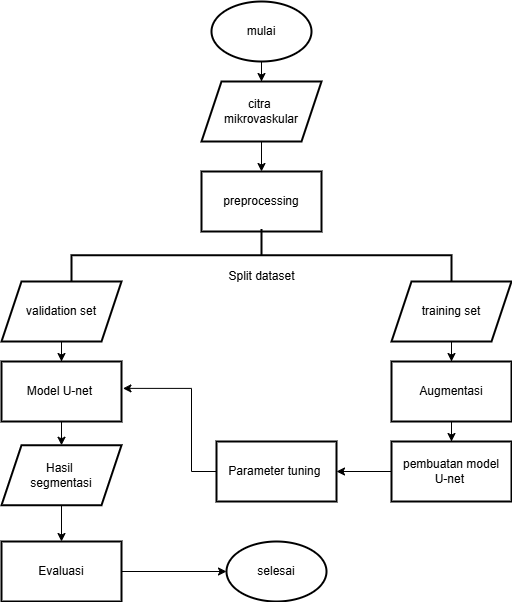
This is gambar/flow-chart.png from junpito/tugas-akhir, a draw.io export, as it was before one commit. Source tidied: cells renumbered, new cells last; positions are measured from the earlier drawing's top-left corner, leaving out a move shared by most shapes. The source it was exported from:
```xml
<mxGraphModel>
  <root>
    <mxCell id="0" />
    <mxCell id="1" parent="0" />
    <mxCell id="2" style="edgeStyle=orthogonalEdgeStyle;rounded=0;jettySize=auto;html=1;" parent="1" edge="1" source="3" target="5">
      <mxGeometry relative="1" as="geometry" />
    </mxCell>
    <mxCell id="3" value="mulai" style="strokeWidth=2;html=1;shape=mxgraph.flowchart.start_1;whiteSpace=wrap;" parent="1" vertex="1">
      <mxGeometry x="210" width="100" height="60" as="geometry" />
    </mxCell>
    <mxCell id="4" style="edgeStyle=orthogonalEdgeStyle;rounded=0;jettySize=auto;html=1;" parent="1" edge="1" source="5" target="6">
      <mxGeometry relative="1" as="geometry" />
    </mxCell>
    <mxCell id="5" value="citra&amp;nbsp;&lt;div&gt;mikrovaskular&lt;/div&gt;" style="shape=parallelogram;perimeter=parallelogramPerimeter;whiteSpace=wrap;html=1;fixedSize=1;strokeWidth=2;" parent="1" vertex="1">
      <mxGeometry x="200" y="80" width="120" height="60" as="geometry" />
    </mxCell>
    <mxCell id="6" value="preprocessing" style="whiteSpace=wrap;html=1;strokeWidth=2;" parent="1" vertex="1">
      <mxGeometry x="200" y="170" width="120" height="60" as="geometry" />
    </mxCell>
    <mxCell id="7" style="edgeStyle=orthogonalEdgeStyle;rounded=0;jettySize=auto;html=1;" parent="1" edge="1" source="8" target="13">
      <mxGeometry relative="1" as="geometry" />
    </mxCell>
    <mxCell id="8" value="training set" style="shape=parallelogram;perimeter=parallelogramPerimeter;whiteSpace=wrap;html=1;fixedSize=1;align=center;strokeWidth=2;" parent="1" vertex="1">
      <mxGeometry x="390" y="280" width="120" height="60" as="geometry" />
    </mxCell>
    <mxCell id="9" style="strokeWidth=2;html=1;shape=mxgraph.flowchart.annotation_2;align=left;labelPosition=right;rotation=90;" parent="1" vertex="1">
      <mxGeometry x="233.8" y="63.8" width="52.5" height="380" as="geometry" />
    </mxCell>
    <mxCell id="10" style="edgeStyle=orthogonalEdgeStyle;rounded=0;jettySize=auto;html=1;" parent="1" edge="1" source="11" target="17">
      <mxGeometry relative="1" as="geometry" />
    </mxCell>
    <mxCell id="11" value="validation set" style="shape=parallelogram;perimeter=parallelogramPerimeter;whiteSpace=wrap;html=1;fixedSize=1;align=center;strokeWidth=2;" parent="1" vertex="1">
      <mxGeometry y="280" width="120" height="60" as="geometry" />
    </mxCell>
    <mxCell id="12" style="edgeStyle=orthogonalEdgeStyle;rounded=0;jettySize=auto;html=1;" parent="1" edge="1" source="13" target="15">
      <mxGeometry relative="1" as="geometry" />
    </mxCell>
    <mxCell id="13" value="Augmentasi" style="whiteSpace=wrap;html=1;strokeWidth=2;" parent="1" vertex="1">
      <mxGeometry x="390" y="360" width="120" height="60" as="geometry" />
    </mxCell>
    <mxCell id="14" style="edgeStyle=orthogonalEdgeStyle;rounded=0;jettySize=auto;html=1;" parent="1" edge="1" source="15" target="18">
      <mxGeometry relative="1" as="geometry" />
    </mxCell>
    <mxCell id="15" value="pembuatan model&lt;div&gt;U-net&amp;nbsp;&lt;/div&gt;" style="whiteSpace=wrap;html=1;strokeWidth=2;" parent="1" vertex="1">
      <mxGeometry x="390" y="440" width="120" height="60" as="geometry" />
    </mxCell>
    <mxCell id="16" style="edgeStyle=orthogonalEdgeStyle;rounded=0;jettySize=auto;html=1;" parent="1" edge="1" source="17" target="20">
      <mxGeometry relative="1" as="geometry" />
    </mxCell>
    <mxCell id="17" value="Model U-net&amp;nbsp;" style="whiteSpace=wrap;html=1;strokeWidth=2;" parent="1" vertex="1">
      <mxGeometry y="360" width="120" height="60" as="geometry" />
    </mxCell>
    <mxCell id="18" value="Parameter tuning&amp;nbsp;" style="whiteSpace=wrap;html=1;strokeWidth=2;" parent="1" vertex="1">
      <mxGeometry x="215" y="440" width="120" height="60" as="geometry" />
    </mxCell>
    <mxCell id="19" style="edgeStyle=orthogonalEdgeStyle;rounded=0;jettySize=auto;html=1;" parent="1" edge="1" source="20" target="21">
      <mxGeometry relative="1" as="geometry" />
    </mxCell>
    <mxCell id="20" value="Hasil&amp;nbsp;&lt;div&gt;segmentasi&lt;/div&gt;" style="shape=parallelogram;perimeter=parallelogramPerimeter;whiteSpace=wrap;html=1;fixedSize=1;strokeWidth=2;" parent="1" vertex="1">
      <mxGeometry y="443.8" width="120" height="60" as="geometry" />
    </mxCell>
    <mxCell id="21" value="Evaluasi" style="whiteSpace=wrap;html=1;strokeWidth=2;" parent="1" vertex="1">
      <mxGeometry y="540" width="120" height="60" as="geometry" />
    </mxCell>
    <mxCell id="22" style="edgeStyle=orthogonalEdgeStyle;rounded=0;jettySize=auto;html=1;" parent="1" edge="1" source="21" target="23">
      <mxGeometry relative="1" as="geometry" />
    </mxCell>
    <mxCell id="23" value="selesai" style="strokeWidth=2;html=1;shape=mxgraph.flowchart.start_1;whiteSpace=wrap;" parent="1" vertex="1">
      <mxGeometry x="225" y="540" width="100" height="60" as="geometry" />
    </mxCell>
    <mxCell id="24" value="Split dataset" style="text;html=1;align=center;verticalAlign=middle;strokeColor=none;fillColor=none;" parent="1" vertex="1">
      <mxGeometry x="215" y="260" width="90" height="30" as="geometry" />
    </mxCell>
    <mxCell id="25" style="edgeStyle=orthogonalEdgeStyle;rounded=0;jettySize=auto;html=1;entryX=1.012;entryY=0.448;entryDx=0;entryDy=0;entryPerimeter=0;" parent="1" edge="1" source="18" target="17">
      <mxGeometry relative="1" as="geometry">
        <Array as="points">
          <mxPoint x="190" y="470" />
          <mxPoint x="190" y="387" />
        </Array>
      </mxGeometry>
    </mxCell>
  </root>
</mxGraphModel>
```
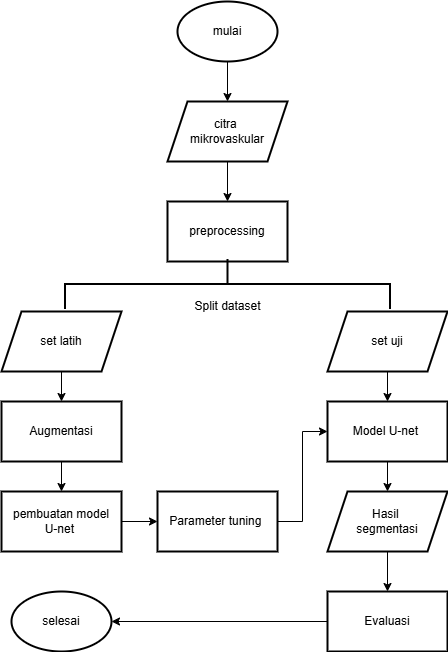
After the commit.

What changed in the source:
```diff
@@ -6,78 +6,73 @@
       <mxGeometry relative="1" as="geometry" />
     </mxCell>
     <mxCell id="3" value="mulai" style="strokeWidth=2;html=1;shape=mxgraph.flowchart.start_1;whiteSpace=wrap;" parent="1" vertex="1">
-      <mxGeometry x="210" width="100" height="60" as="geometry" />
+      <mxGeometry x="80" y="-110" width="100" height="60" as="geometry" />
     </mxCell>
     <mxCell id="4" style="edgeStyle=orthogonalEdgeStyle;rounded=0;jettySize=auto;html=1;" parent="1" edge="1" source="5" target="6">
       <mxGeometry relative="1" as="geometry" />
     </mxCell>
     <mxCell id="5" value="citra&amp;nbsp;&lt;div&gt;mikrovaskular&lt;/div&gt;" style="shape=parallelogram;perimeter=parallelogramPerimeter;whiteSpace=wrap;html=1;fixedSize=1;strokeWidth=2;" parent="1" vertex="1">
-      <mxGeometry x="200" y="80" width="120" height="60" as="geometry" />
+      <mxGeometry x="70" y="-10" width="120" height="60" as="geometry" />
     </mxCell>
     <mxCell id="6" value="preprocessing" style="whiteSpace=wrap;html=1;strokeWidth=2;" parent="1" vertex="1">
-      <mxGeometry x="200" y="170" width="120" height="60" as="geometry" />
+      <mxGeometry x="70" y="90" width="120" height="60" as="geometry" />
     </mxCell>
     <mxCell id="7" style="edgeStyle=orthogonalEdgeStyle;rounded=0;jettySize=auto;html=1;" parent="1" edge="1" source="8" target="13">
       <mxGeometry relative="1" as="geometry" />
     </mxCell>
-    <mxCell id="8" value="training set" style="shape=parallelogram;perimeter=parallelogramPerimeter;whiteSpace=wrap;html=1;fixedSize=1;align=center;strokeWidth=2;" parent="1" vertex="1">
-      <mxGeometry x="390" y="280" width="120" height="60" as="geometry" />
+    <mxCell id="8" value="set latih" style="shape=parallelogram;perimeter=parallelogramPerimeter;whiteSpace=wrap;html=1;fixedSize=1;align=center;strokeWidth=2;" parent="1" vertex="1">
+      <mxGeometry x="-96" y="200" width="120" height="60" as="geometry" />
     </mxCell>
     <mxCell id="9" style="strokeWidth=2;html=1;shape=mxgraph.flowchart.annotation_2;align=left;labelPosition=right;rotation=90;" parent="1" vertex="1">
-      <mxGeometry x="233.8" y="63.8" width="52.5" height="380" as="geometry" />
+      <mxGeometry x="105" y="10" width="50" height="325" as="geometry" />
     </mxCell>
     <mxCell id="10" style="edgeStyle=orthogonalEdgeStyle;rounded=0;jettySize=auto;html=1;" parent="1" edge="1" source="11" target="17">
       <mxGeometry relative="1" as="geometry" />
     </mxCell>
-    <mxCell id="11" value="validation set" style="shape=parallelogram;perimeter=parallelogramPerimeter;whiteSpace=wrap;html=1;fixedSize=1;align=center;strokeWidth=2;" parent="1" vertex="1">
-      <mxGeometry y="280" width="120" height="60" as="geometry" />
+    <mxCell id="11" value="set uji" style="shape=parallelogram;perimeter=parallelogramPerimeter;whiteSpace=wrap;html=1;fixedSize=1;align=center;strokeWidth=2;" parent="1" vertex="1">
+      <mxGeometry x="230" y="200" width="120" height="60" as="geometry" />
     </mxCell>
-    <mxCell id="12" style="edgeStyle=orthogonalEdgeStyle;rounded=0;jettySize=auto;html=1;" parent="1" edge="1" source="13" target="15">
-      <mxGeometry relative="1" as="geometry" />
-    </mxCell>
     <mxCell id="13" value="Augmentasi" style="whiteSpace=wrap;html=1;strokeWidth=2;" parent="1" vertex="1">
-      <mxGeometry x="390" y="360" width="120" height="60" as="geometry" />
+      <mxGeometry x="-96" y="290" width="120" height="60" as="geometry" />
     </mxCell>
     <mxCell id="14" style="edgeStyle=orthogonalEdgeStyle;rounded=0;jettySize=auto;html=1;" parent="1" edge="1" source="15" target="18">
       <mxGeometry relative="1" as="geometry" />
     </mxCell>
     <mxCell id="15" value="pembuatan model&lt;div&gt;U-net&amp;nbsp;&lt;/div&gt;" style="whiteSpace=wrap;html=1;strokeWidth=2;" parent="1" vertex="1">
-      <mxGeometry x="390" y="440" width="120" height="60" as="geometry" />
+      <mxGeometry x="-96" y="380" width="120" height="60" as="geometry" />
     </mxCell>
     <mxCell id="16" style="edgeStyle=orthogonalEdgeStyle;rounded=0;jettySize=auto;html=1;" parent="1" edge="1" source="17" target="20">
       <mxGeometry relative="1" as="geometry" />
     </mxCell>
-    <mxCell id="17" value="Model U-net&amp;nbsp;" style="whiteSpace=wrap;html=1;strokeWidth=2;" parent="1" vertex="1">
-      <mxGeometry y="360" width="120" height="60" as="geometry" />
-    </mxCell>
+    <mxCell id="25" style="edgeStyle=orthogonalEdgeStyle;rounded=0;jettySize=auto;html=1;entryX=0;entryY=0.5;entryDx=0;entryDy=0;" parent="1" edge="1" source="18" target="17">
+      <mxGeometry relative="1" as="geometry" />
+    </mxCell>
     <mxCell id="18" value="Parameter tuning&amp;nbsp;" style="whiteSpace=wrap;html=1;strokeWidth=2;" parent="1" vertex="1">
-      <mxGeometry x="215" y="440" width="120" height="60" as="geometry" />
+      <mxGeometry x="60" y="380" width="120" height="60" as="geometry" />
     </mxCell>
     <mxCell id="19" style="edgeStyle=orthogonalEdgeStyle;rounded=0;jettySize=auto;html=1;" parent="1" edge="1" source="20" target="21">
       <mxGeometry relative="1" as="geometry" />
     </mxCell>
     <mxCell id="20" value="Hasil&amp;nbsp;&lt;div&gt;segmentasi&lt;/div&gt;" style="shape=parallelogram;perimeter=parallelogramPerimeter;whiteSpace=wrap;html=1;fixedSize=1;strokeWidth=2;" parent="1" vertex="1">
-      <mxGeometry y="443.8" width="120" height="60" as="geometry" />
+      <mxGeometry x="230" y="380" width="120" height="60" as="geometry" />
     </mxCell>
     <mxCell id="21" value="Evaluasi" style="whiteSpace=wrap;html=1;strokeWidth=2;" parent="1" vertex="1">
-      <mxGeometry y="540" width="120" height="60" as="geometry" />
+      <mxGeometry x="230" y="480" width="120" height="60" as="geometry" />
     </mxCell>
     <mxCell id="22" style="edgeStyle=orthogonalEdgeStyle;rounded=0;jettySize=auto;html=1;" parent="1" edge="1" source="21" target="23">
       <mxGeometry relative="1" as="geometry" />
     </mxCell>
     <mxCell id="23" value="selesai" style="strokeWidth=2;html=1;shape=mxgraph.flowchart.start_1;whiteSpace=wrap;" parent="1" vertex="1">
-      <mxGeometry x="225" y="540" width="100" height="60" as="geometry" />
+      <mxGeometry x="-86" y="480" width="100" height="60" as="geometry" />
     </mxCell>
     <mxCell id="24" value="Split dataset" style="text;html=1;align=center;verticalAlign=middle;strokeColor=none;fillColor=none;" parent="1" vertex="1">
-      <mxGeometry x="215" y="260" width="90" height="30" as="geometry" />
+      <mxGeometry x="85" y="180" width="90" height="30" as="geometry" />
     </mxCell>
-    <mxCell id="25" style="edgeStyle=orthogonalEdgeStyle;rounded=0;jettySize=auto;html=1;entryX=1.012;entryY=0.448;entryDx=0;entryDy=0;entryPerimeter=0;" parent="1" edge="1" source="18" target="17">
-      <mxGeometry relative="1" as="geometry">
-        <Array as="points">
-          <mxPoint x="190" y="470" />
-          <mxPoint x="190" y="387" />
-        </Array>
-      </mxGeometry>
-    </mxCell>
+    <mxCell id="12" style="edgeStyle=orthogonalEdgeStyle;rounded=0;jettySize=auto;html=1;entryX=0.5;entryY=0;entryDx=0;entryDy=0;" parent="1" edge="1" source="13" target="15">
+      <mxGeometry relative="1" as="geometry" />
+    </mxCell>
+    <mxCell id="17" value="Model U-net&amp;nbsp;" style="whiteSpace=wrap;html=1;strokeWidth=2;" parent="1" vertex="1">
+      <mxGeometry x="230" y="290" width="120" height="60" as="geometry" />
+    </mxCell>
   </root>
 </mxGraphModel>
```
